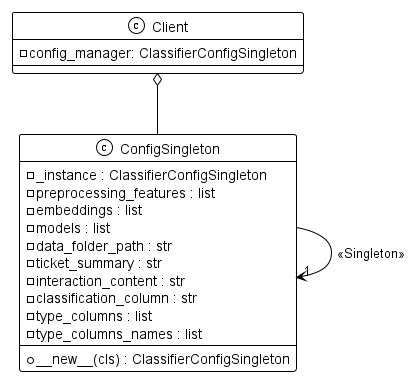
Earlier version of the PlantUML export out/uml/singelton_pattern/singelton_pattern.png (chrnas/email-classifier).
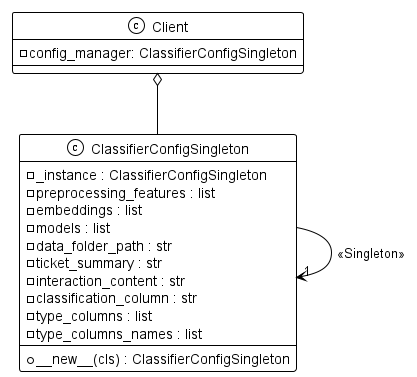
Above is the later version.

Change to the diagram source:
```diff
@@ -1,7 +1,7 @@
 @startuml
 !theme mono
 
-class ConfigSingleton {
+class ClassifierConfigSingleton {
     - _instance : ClassifierConfigSingleton
     - preprocessing_features : list
     - embeddings : list
@@ -21,7 +21,7 @@
     - config_manager: ClassifierConfigSingleton
 }
 
-Client o-- ConfigSingleton
-ConfigSingleton  --> "1" ConfigSingleton  : <<Singleton>>
+Client o-- ClassifierConfigSingleton
+ClassifierConfigSingleton  --> "1" ClassifierConfigSingleton  : <<Singleton>>
 
 @enduml
```
